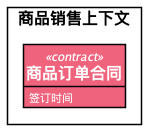
Before: images/hello_word_diagram.png, a diagram exported from PlantUML (behring/8x-flow-diagram).
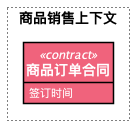
After the commit.

Change to the diagram source:
```diff
@@ -5,15 +5,17 @@
    AttributeFontColor White
    StereotypeFontColor White
 }
+left to right direction
 skinparam defaultTextAlignment center
 skinparam style strictuml
 hide empty members
-        rectangle "<size:16><b>商品销售上下文" as 商品销售上下文   {
+        rectangle "<size:14><b>商品销售上下文" as 商品销售上下文   #line.dotted {
 
-class "<size:16><b>商品订单合同" as 商品订单合同 <<contract>> #F0637C {
-    签订时间
+class "<size:14><b>商品订单合同" as 商品订单合同 <<contract>> #F0637C {
+签订时间
 
 }
+
 
 
 
```
